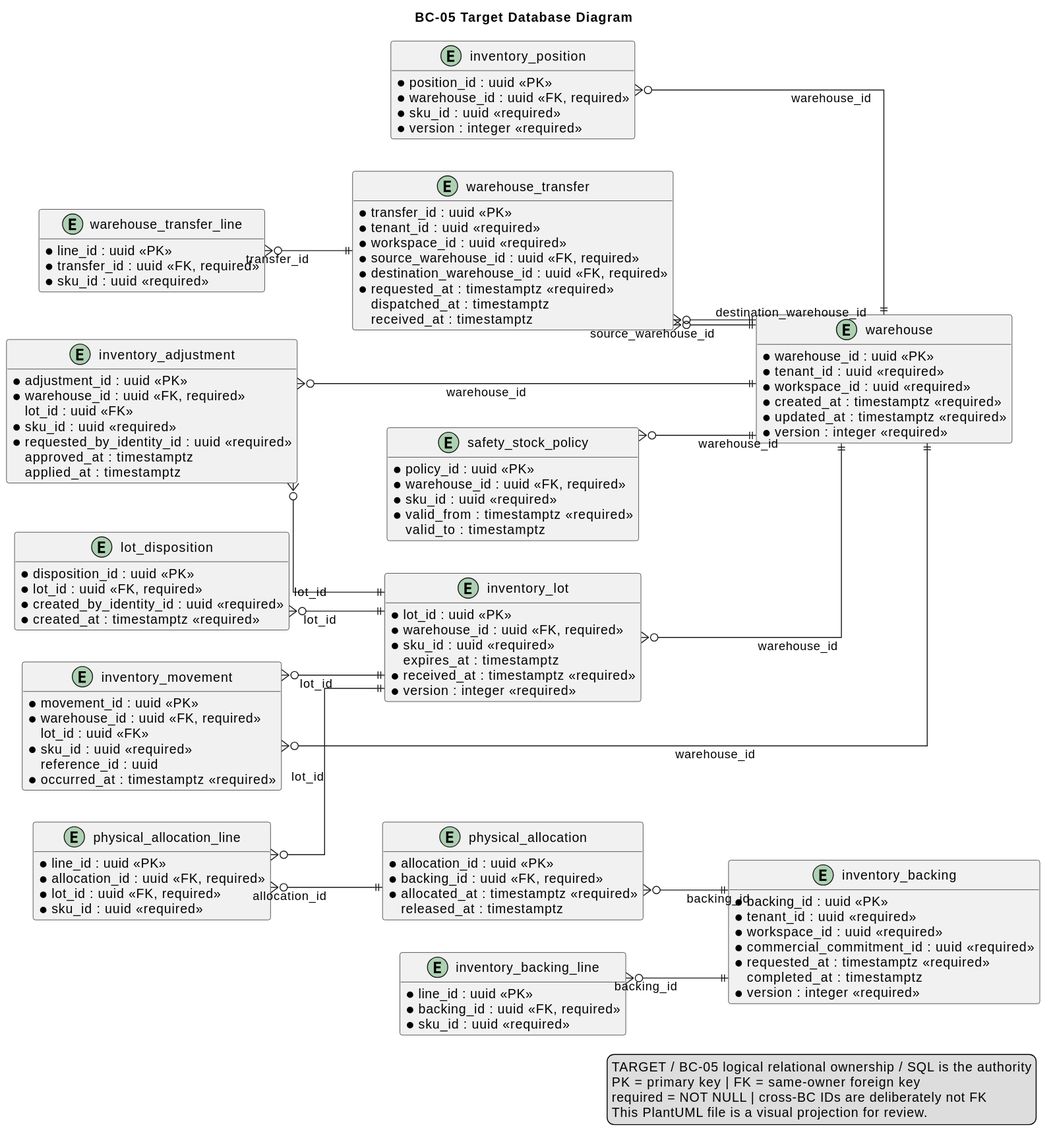
nexa-suite/blueprint keeps this PlantUML diagram as 01-shared/domain/bounded-contexts/BC-05-inventory-availability/data/database-diagram.svg. Above is the earlier version.
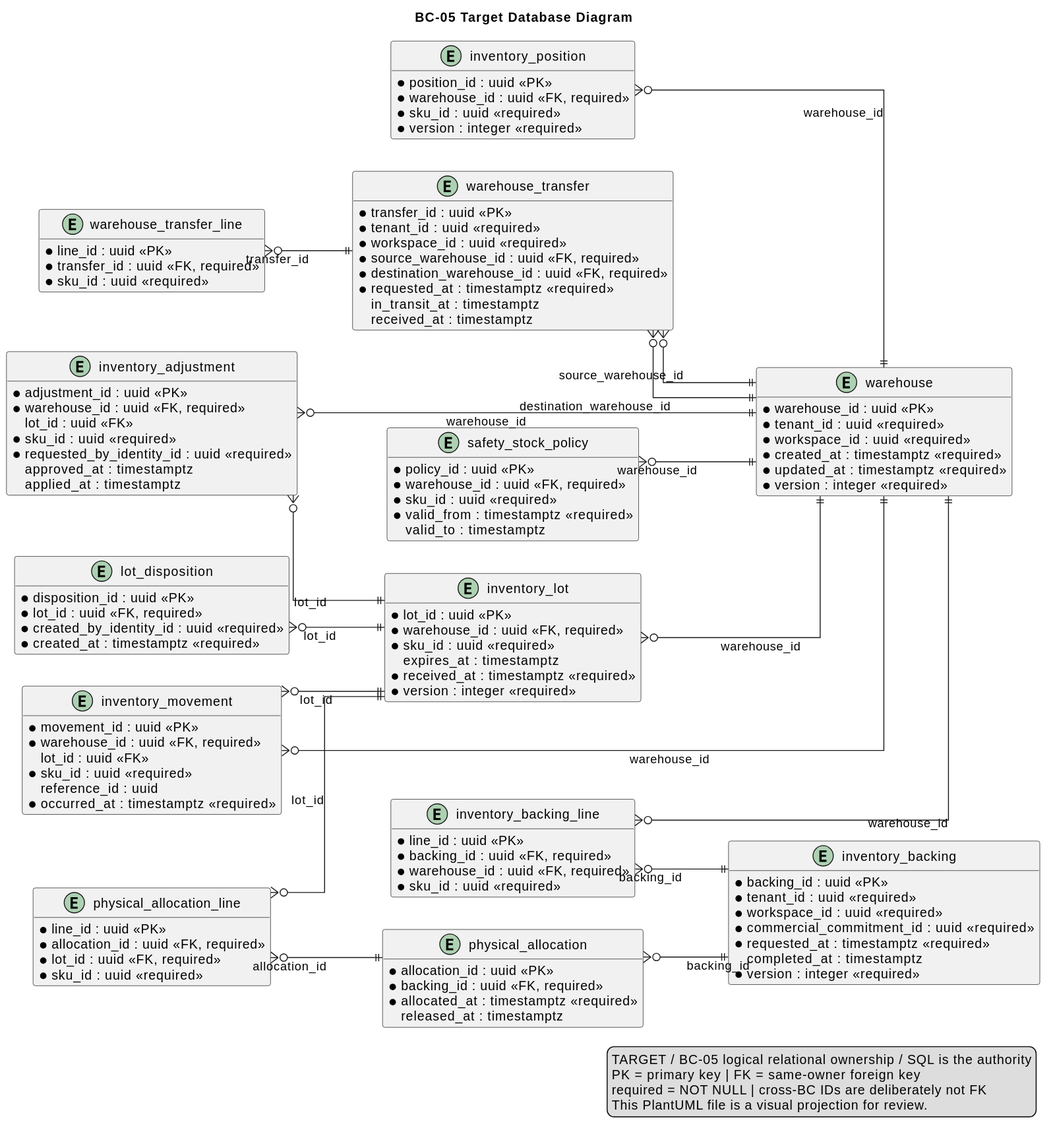
The same file after the commit.

What changed in the source:
```diff
@@ -81,6 +81,7 @@
 entity "inventory_backing_line" as t_inventory_backing_line {
   * line_id : uuid <<PK>>
   * backing_id : uuid <<FK, required>>
+  * warehouse_id : uuid <<FK, required>>
   * sku_id : uuid <<required>>
   * requested_quantity : numeric(19,6) <<required>>
   * backed_quantity : numeric(19,6) <<required>>
@@ -124,7 +125,7 @@
   * destination_warehouse_id : uuid <<FK, required>>
   * status : varchar(32) <<required>>
   * requested_at : timestamptz <<required>>
-    dispatched_at : timestamptz
+    in_transit_at : timestamptz
     received_at : timestamptz
 }
 
@@ -152,6 +153,7 @@
 t_inventory_movement }o--|| t_inventory_lot : lot_id
 t_safety_stock_policy }o--|| t_warehouse : warehouse_id
 t_inventory_backing_line }o--|| t_inventory_backing : backing_id
+t_inventory_backing_line }o--|| t_warehouse : warehouse_id
 t_physical_allocation }o--|| t_inventory_backing : backing_id
 t_physical_allocation_line }o--|| t_physical_allocation : allocation_id
 t_physical_allocation_line }o--|| t_inventory_lot : lot_id
```
